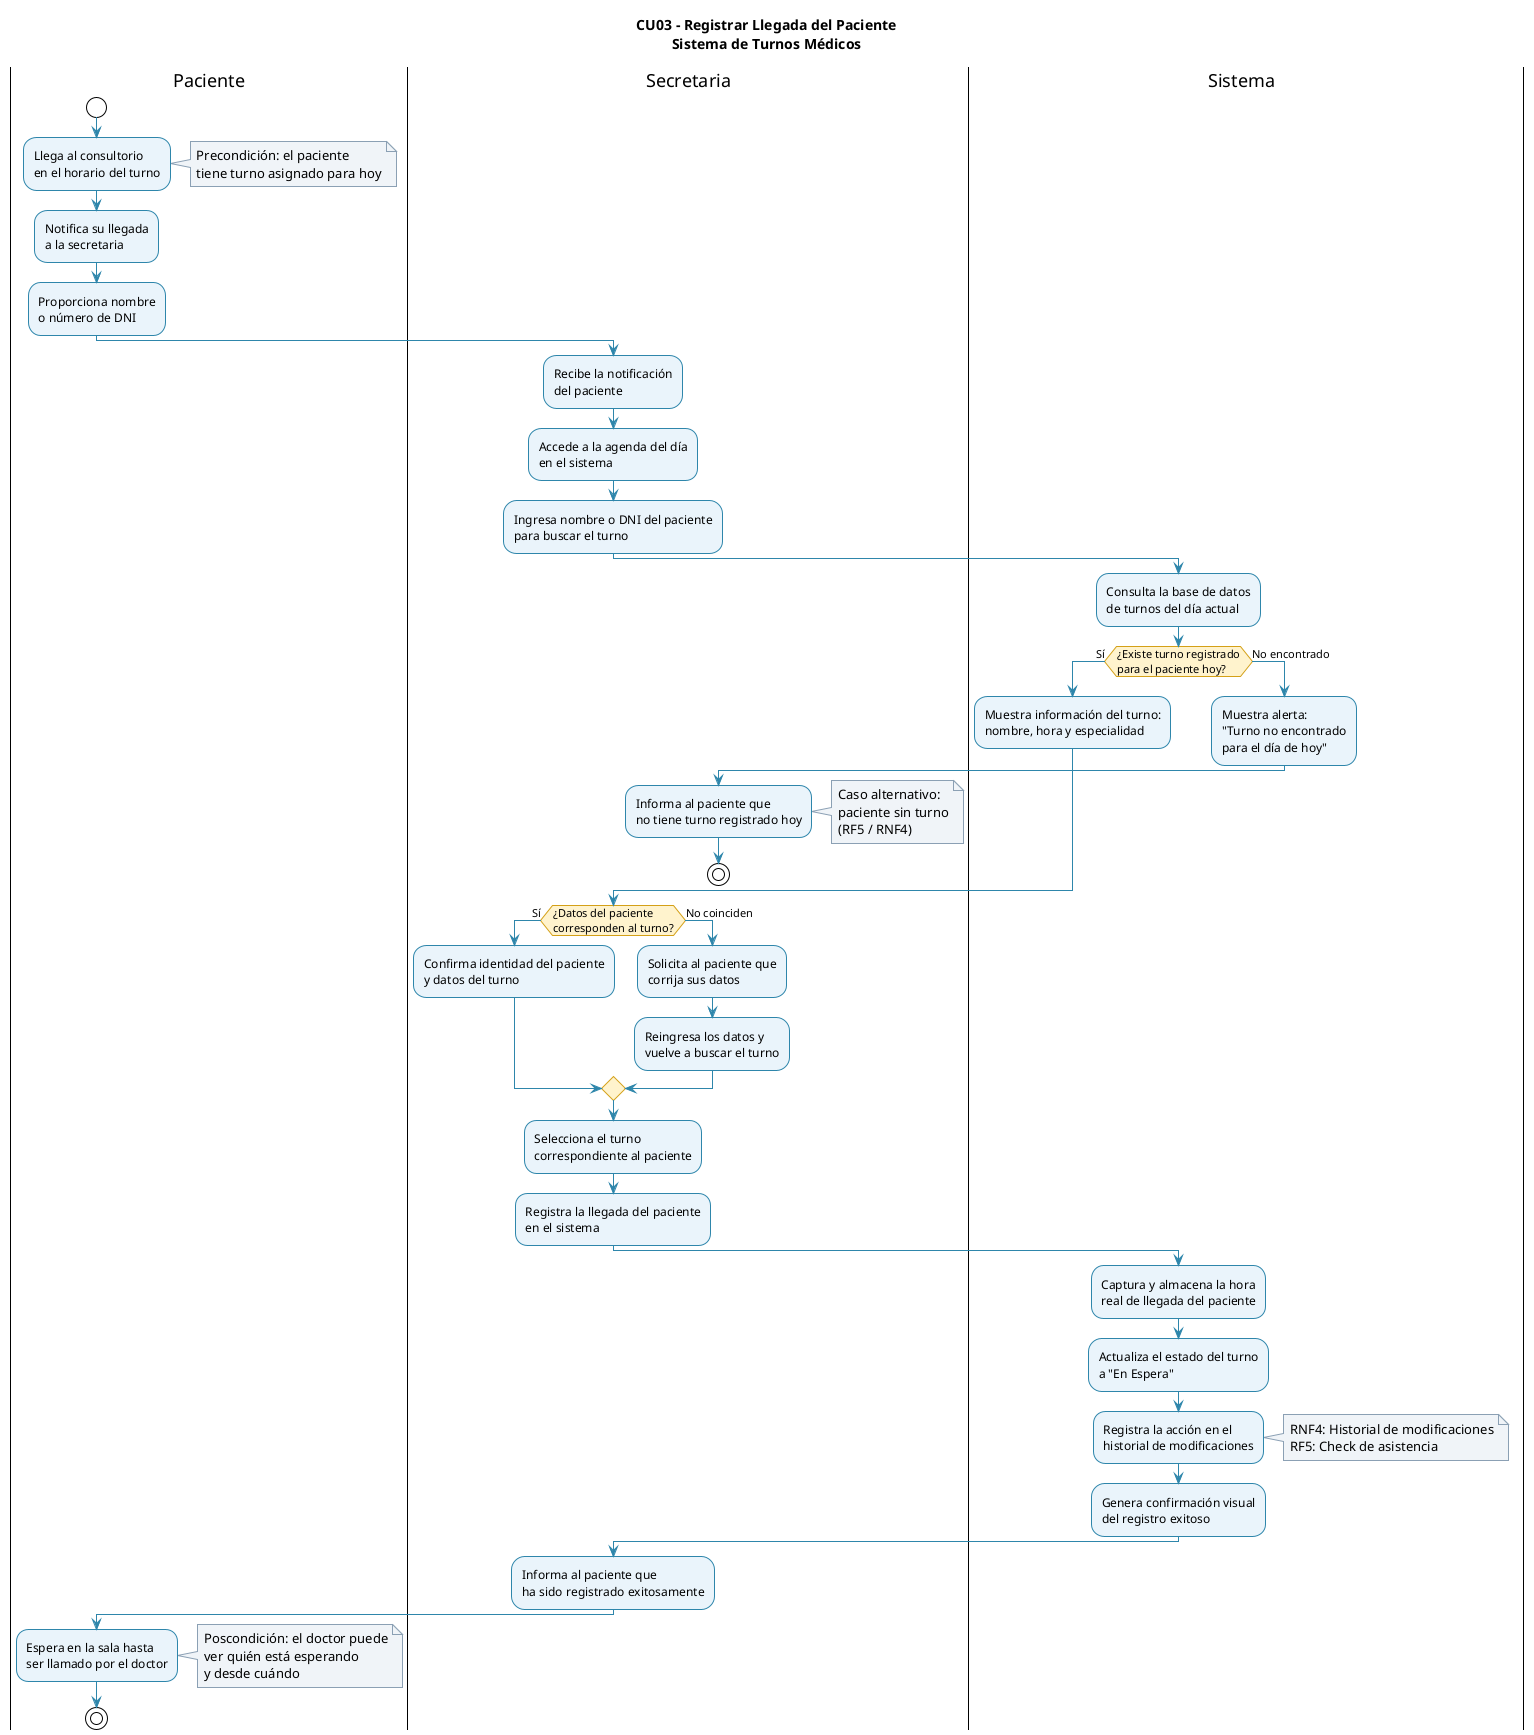
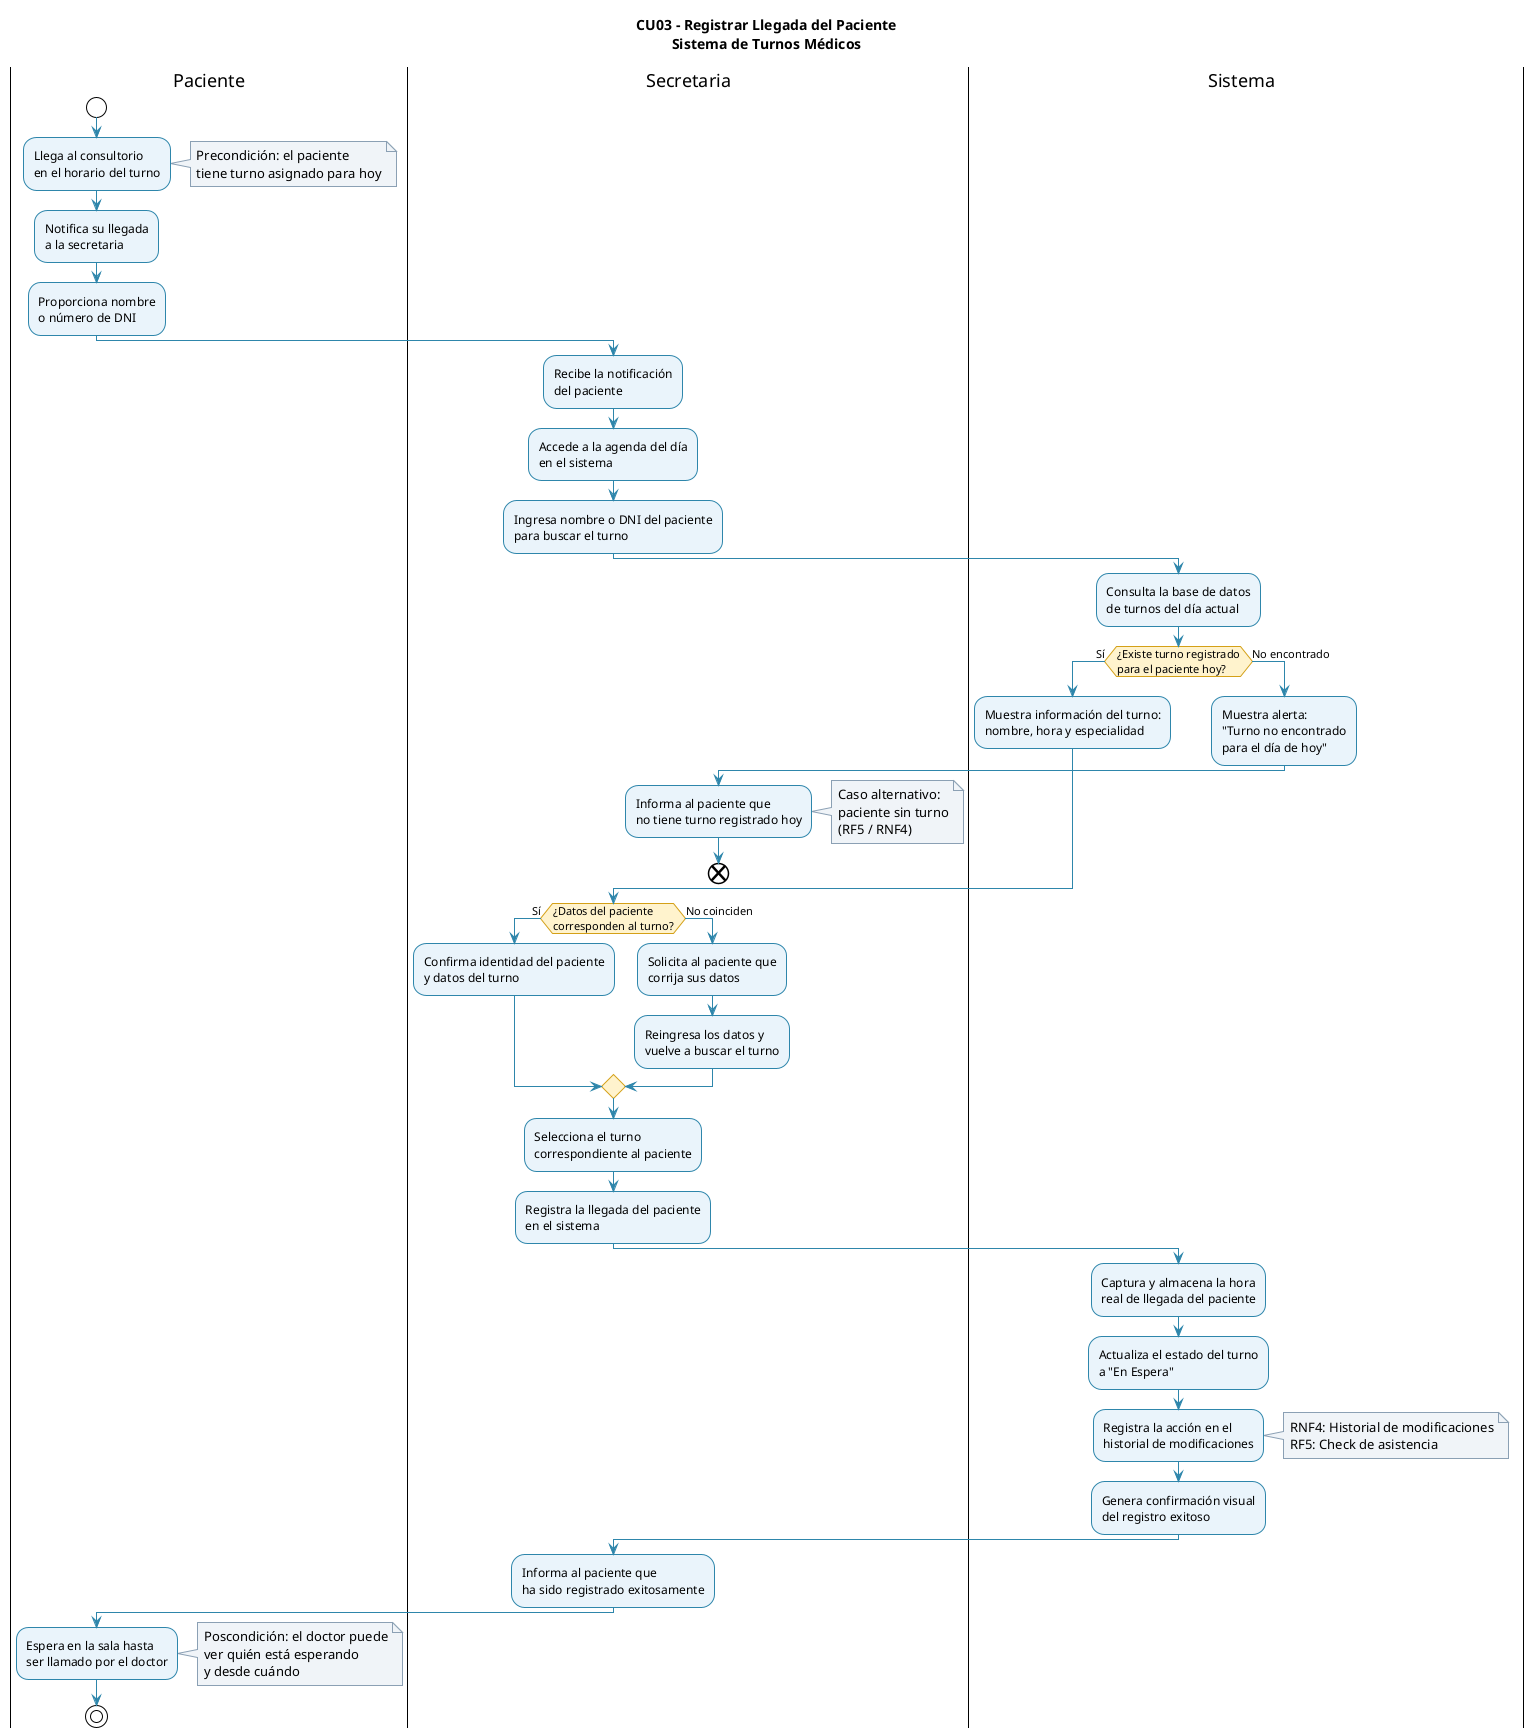
@startuml 04-actividad-registrar-llegada-03
!theme plain
title CU03 - Registrar Llegada del Paciente\nSistema de Turnos Médicos

skinparam swimlaneWidth 220
skinparam ActivityBackgroundColor #EAF4FB
skinparam ActivityBorderColor #2E86AB
skinparam ArrowColor #2E86AB
skinparam ActivityDiamondBackgroundColor #FFF3CD
skinparam ActivityDiamondBorderColor #D4A017
skinparam NoteBackgroundColor #F0F4F8
skinparam NoteBorderColor #8BA0B4
skinparam TitleFontSize 14
skinparam TitleFontStyle bold

|Paciente|
start
:Llega al consultorio\nen el horario del turno;
note right
  Precondición: el paciente
  tiene turno asignado para hoy
end note
:Notifica su llegada\na la secretaria;
:Proporciona nombre\no número de DNI;

|Secretaria|
:Recibe la notificación\ndel paciente;
:Accede a la agenda del día\nen el sistema;
:Ingresa nombre o DNI del paciente\npara buscar el turno;

|Sistema|
:Consulta la base de datos\nde turnos del día actual;

if (¿Existe turno registrado\npara el paciente hoy?) then (Sí)
  :Muestra información del turno:\nnombre, hora y especialidad;
else (No encontrado)
  :Muestra alerta:\n"Turno no encontrado\npara el día de hoy";
  |Secretaria|
  :Informa al paciente que\nno tiene turno registrado hoy;
  note right
    Caso alternativo:
    paciente sin turno
    (RF5 / RNF4)
  end note
-   stop
+   END
endif

|Secretaria|
if (¿Datos del paciente\ncorresponden al turno?) then (Sí)
  :Confirma identidad del paciente\ny datos del turno;
else (No coinciden)
  :Solicita al paciente que\ncorrija sus datos;
  :Reingresa los datos y\nvuelve a buscar el turno;
endif

:Selecciona el turno\ncorrespondiente al paciente;
:Registra la llegada del paciente\nen el sistema;

|Sistema|
:Captura y almacena la hora\nreal de llegada del paciente;
:Actualiza el estado del turno\na "En Espera";
:Registra la acción en el\nhistorial de modificaciones;
note right
  RNF4: Historial de modificaciones
  RF5: Check de asistencia
end note
:Genera confirmación visual\ndel registro exitoso;

|Secretaria|
:Informa al paciente que\nha sido registrado exitosamente;

|Paciente|
:Espera en la sala hasta\nser llamado por el doctor;
note right
  Poscondición: el doctor puede
  ver quién está esperando
  y desde cuándo
end note

stop
@enduml
